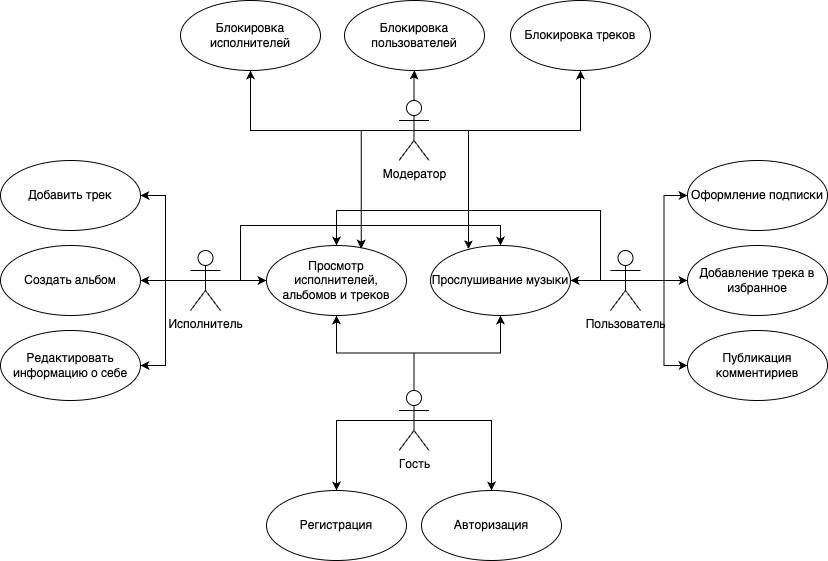
Before: pics/use-cases.png, a diagram exported from draw.io (hanoys/sigma-music). Source tidied: cells renumbered, new cells last; positions are measured from the earlier drawing's top-left corner, leaving out a move shared by most shapes. Its diagram source:
```xml
<mxGraphModel>
  <root>
    <mxCell id="0" />
    <mxCell id="1" parent="0" />
    <mxCell id="2" style="edgeStyle=orthogonalEdgeStyle;rounded=0;jettySize=auto;html=1;exitX=0.5;exitY=0.5;exitDx=0;exitDy=0;exitPerimeter=0;entryX=1;entryY=0.5;entryDx=0;entryDy=0;" parent="1" edge="1" source="7" target="19">
      <mxGeometry relative="1" as="geometry" />
    </mxCell>
    <mxCell id="3" style="edgeStyle=orthogonalEdgeStyle;rounded=0;jettySize=auto;html=1;exitX=0.5;exitY=0.5;exitDx=0;exitDy=0;exitPerimeter=0;entryX=1;entryY=0.5;entryDx=0;entryDy=0;" parent="1" edge="1" source="7" target="20">
      <mxGeometry relative="1" as="geometry" />
    </mxCell>
    <mxCell id="4" style="edgeStyle=orthogonalEdgeStyle;rounded=0;jettySize=auto;html=1;exitX=0.5;exitY=0.5;exitDx=0;exitDy=0;exitPerimeter=0;entryX=1;entryY=0.5;entryDx=0;entryDy=0;" parent="1" edge="1" source="7" target="21">
      <mxGeometry relative="1" as="geometry" />
    </mxCell>
    <mxCell id="5" style="edgeStyle=orthogonalEdgeStyle;rounded=0;jettySize=auto;html=1;exitX=0.5;exitY=0.5;exitDx=0;exitDy=0;exitPerimeter=0;entryX=0;entryY=0.5;entryDx=0;entryDy=0;" parent="1" edge="1" source="7" target="28">
      <mxGeometry relative="1" as="geometry" />
    </mxCell>
    <mxCell id="6" style="edgeStyle=orthogonalEdgeStyle;rounded=0;jettySize=auto;html=1;exitX=0.5;exitY=0.5;exitDx=0;exitDy=0;exitPerimeter=0;entryX=0.5;entryY=0;entryDx=0;entryDy=0;" parent="1" edge="1" source="7" target="27">
      <mxGeometry relative="1" as="geometry">
        <Array as="points">
          <mxPoint x="240" y="280" />
          <mxPoint x="240" y="225" />
          <mxPoint x="500" y="225" />
        </Array>
      </mxGeometry>
    </mxCell>
    <mxCell id="7" value="Исполнитель" style="shape=umlActor;verticalLabelPosition=bottom;verticalAlign=top;html=1;" parent="1" vertex="1">
      <mxGeometry x="190" y="250" width="30" height="60" as="geometry" />
    </mxCell>
    <mxCell id="8" style="edgeStyle=orthogonalEdgeStyle;rounded=0;jettySize=auto;html=1;exitX=0.5;exitY=0.5;exitDx=0;exitDy=0;exitPerimeter=0;entryX=1;entryY=0.5;entryDx=0;entryDy=0;" parent="1" edge="1" source="13" target="27">
      <mxGeometry relative="1" as="geometry" />
    </mxCell>
    <mxCell id="9" style="edgeStyle=orthogonalEdgeStyle;rounded=0;jettySize=auto;html=1;exitX=0.5;exitY=0.5;exitDx=0;exitDy=0;exitPerimeter=0;entryX=0.5;entryY=0;entryDx=0;entryDy=0;" parent="1" edge="1" source="13" target="28">
      <mxGeometry relative="1" as="geometry">
        <Array as="points">
          <mxPoint x="600" y="280" />
          <mxPoint x="600" y="210" />
          <mxPoint x="336" y="210" />
        </Array>
      </mxGeometry>
    </mxCell>
    <mxCell id="10" style="edgeStyle=orthogonalEdgeStyle;rounded=0;jettySize=auto;html=1;exitX=0.5;exitY=0.5;exitDx=0;exitDy=0;exitPerimeter=0;entryX=0;entryY=0.5;entryDx=0;entryDy=0;" parent="1" edge="1" source="13" target="22">
      <mxGeometry relative="1" as="geometry" />
    </mxCell>
    <mxCell id="11" style="edgeStyle=orthogonalEdgeStyle;rounded=0;jettySize=auto;html=1;exitX=0.5;exitY=0.5;exitDx=0;exitDy=0;exitPerimeter=0;entryX=0;entryY=0.5;entryDx=0;entryDy=0;" parent="1" edge="1" source="13" target="23">
      <mxGeometry relative="1" as="geometry" />
    </mxCell>
    <mxCell id="12" style="edgeStyle=orthogonalEdgeStyle;rounded=0;jettySize=auto;html=1;exitX=0.5;exitY=0.5;exitDx=0;exitDy=0;exitPerimeter=0;entryX=0;entryY=0.5;entryDx=0;entryDy=0;" parent="1" edge="1" source="13" target="24">
      <mxGeometry relative="1" as="geometry" />
    </mxCell>
    <mxCell id="13" value="Пользователь" style="shape=umlActor;verticalLabelPosition=bottom;verticalAlign=top;html=1;" parent="1" vertex="1">
      <mxGeometry x="610" y="250" width="30" height="60" as="geometry" />
    </mxCell>
    <mxCell id="14" style="edgeStyle=orthogonalEdgeStyle;rounded=0;jettySize=auto;html=1;" parent="1" edge="1" source="18" target="28">
      <mxGeometry relative="1" as="geometry" />
    </mxCell>
    <mxCell id="15" style="edgeStyle=orthogonalEdgeStyle;rounded=0;jettySize=auto;html=1;exitX=0.5;exitY=0;exitDx=0;exitDy=0;exitPerimeter=0;" parent="1" edge="1" source="18" target="27">
      <mxGeometry relative="1" as="geometry" />
    </mxCell>
    <mxCell id="16" style="edgeStyle=orthogonalEdgeStyle;rounded=0;jettySize=auto;html=1;exitX=0.5;exitY=0.5;exitDx=0;exitDy=0;exitPerimeter=0;entryX=0.5;entryY=0;entryDx=0;entryDy=0;" parent="1" edge="1" source="18" target="25">
      <mxGeometry relative="1" as="geometry">
        <Array as="points">
          <mxPoint x="336" y="420" />
        </Array>
      </mxGeometry>
    </mxCell>
    <mxCell id="17" style="edgeStyle=orthogonalEdgeStyle;rounded=0;jettySize=auto;html=1;exitX=0.5;exitY=0.5;exitDx=0;exitDy=0;exitPerimeter=0;entryX=0.5;entryY=0;entryDx=0;entryDy=0;" parent="1" edge="1" source="18" target="26">
      <mxGeometry relative="1" as="geometry">
        <Array as="points">
          <mxPoint x="491" y="420" />
        </Array>
      </mxGeometry>
    </mxCell>
    <mxCell id="18" value="Гость" style="shape=umlActor;verticalLabelPosition=bottom;verticalAlign=top;html=1;" parent="1" vertex="1">
      <mxGeometry x="398.5" y="390" width="30" height="60" as="geometry" />
    </mxCell>
    <mxCell id="19" value="Добавить трек" style="ellipse;whiteSpace=wrap;html=1;" parent="1" vertex="1">
      <mxGeometry y="160" width="140" height="70" as="geometry" />
    </mxCell>
    <mxCell id="20" value="Создать альбом" style="ellipse;whiteSpace=wrap;html=1;" parent="1" vertex="1">
      <mxGeometry y="245" width="140" height="70" as="geometry" />
    </mxCell>
    <mxCell id="21" value="Редактировать информацию о себе" style="ellipse;whiteSpace=wrap;html=1;" parent="1" vertex="1">
      <mxGeometry y="330" width="140" height="70" as="geometry" />
    </mxCell>
    <mxCell id="22" value="Оформление подписки" style="ellipse;whiteSpace=wrap;html=1;" parent="1" vertex="1">
      <mxGeometry x="687" y="160" width="140" height="70" as="geometry" />
    </mxCell>
    <mxCell id="23" value="Добавление трека в избранное" style="ellipse;whiteSpace=wrap;html=1;" parent="1" vertex="1">
      <mxGeometry x="687" y="245" width="140" height="70" as="geometry" />
    </mxCell>
    <mxCell id="24" value="Публикация комментириев" style="ellipse;whiteSpace=wrap;html=1;" parent="1" vertex="1">
      <mxGeometry x="687" y="330" width="140" height="70" as="geometry" />
    </mxCell>
    <mxCell id="25" value="Регистрация" style="ellipse;whiteSpace=wrap;html=1;" parent="1" vertex="1">
      <mxGeometry x="266" y="490" width="140" height="70" as="geometry" />
    </mxCell>
    <mxCell id="26" value="Авторизация" style="ellipse;whiteSpace=wrap;html=1;" parent="1" vertex="1">
      <mxGeometry x="421" y="490" width="140" height="70" as="geometry" />
    </mxCell>
    <mxCell id="27" value="Прослушивание музыки" style="ellipse;whiteSpace=wrap;html=1;" parent="1" vertex="1">
      <mxGeometry x="430" y="245" width="140" height="70" as="geometry" />
    </mxCell>
    <mxCell id="28" value="Просмотр исполнителей, альбомов и треков" style="ellipse;whiteSpace=wrap;html=1;" parent="1" vertex="1">
      <mxGeometry x="266" y="245" width="140" height="70" as="geometry" />
    </mxCell>
    <mxCell id="29" style="edgeStyle=orthogonalEdgeStyle;rounded=0;jettySize=auto;html=1;exitX=0.5;exitY=0.5;exitDx=0;exitDy=0;exitPerimeter=0;" parent="1" edge="1" source="32" target="35">
      <mxGeometry relative="1" as="geometry" />
    </mxCell>
    <mxCell id="30" style="edgeStyle=orthogonalEdgeStyle;rounded=0;jettySize=auto;html=1;exitX=0.5;exitY=0.5;exitDx=0;exitDy=0;exitPerimeter=0;entryX=0.5;entryY=1;entryDx=0;entryDy=0;" parent="1" edge="1" source="32" target="33">
      <mxGeometry relative="1" as="geometry" />
    </mxCell>
    <mxCell id="31" style="edgeStyle=orthogonalEdgeStyle;rounded=0;jettySize=auto;html=1;exitX=0.5;exitY=0.5;exitDx=0;exitDy=0;exitPerimeter=0;entryX=0.5;entryY=1;entryDx=0;entryDy=0;" parent="1" edge="1" source="32" target="34">
      <mxGeometry relative="1" as="geometry" />
    </mxCell>
    <mxCell id="32" value="Модератор" style="shape=umlActor;verticalLabelPosition=bottom;verticalAlign=top;html=1;" parent="1" vertex="1">
      <mxGeometry x="398.5" y="100" width="30" height="60" as="geometry" />
    </mxCell>
    <mxCell id="33" value="Блокировка исполнителей" style="ellipse;whiteSpace=wrap;html=1;" parent="1" vertex="1">
      <mxGeometry x="180" width="140" height="70" as="geometry" />
    </mxCell>
    <mxCell id="34" value="Блокировка треков" style="ellipse;whiteSpace=wrap;html=1;" parent="1" vertex="1">
      <mxGeometry x="510" width="140" height="70" as="geometry" />
    </mxCell>
    <mxCell id="35" value="Блокировка пользователей" style="ellipse;whiteSpace=wrap;html=1;" parent="1" vertex="1">
      <mxGeometry x="344" width="140" height="70" as="geometry" />
    </mxCell>
    <mxCell id="36" style="edgeStyle=orthogonalEdgeStyle;rounded=0;jettySize=auto;html=1;exitX=0.5;exitY=0.5;exitDx=0;exitDy=0;exitPerimeter=0;entryX=0.677;entryY=0.046;entryDx=0;entryDy=0;entryPerimeter=0;" parent="1" edge="1" source="32" target="28">
      <mxGeometry relative="1" as="geometry">
        <Array as="points">
          <mxPoint x="361" y="130" />
        </Array>
      </mxGeometry>
    </mxCell>
    <mxCell id="37" style="edgeStyle=orthogonalEdgeStyle;rounded=0;jettySize=auto;html=1;exitX=0.5;exitY=0.5;exitDx=0;exitDy=0;exitPerimeter=0;entryX=0.272;entryY=0.053;entryDx=0;entryDy=0;entryPerimeter=0;" parent="1" edge="1" source="32" target="27">
      <mxGeometry relative="1" as="geometry" />
    </mxCell>
  </root>
</mxGraphModel>
```
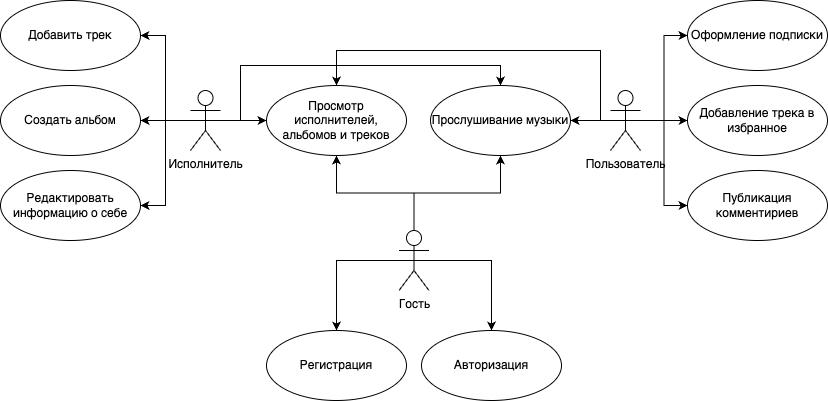
After the commit.

The edit, as a diff of the source:
```diff
@@ -103,36 +103,5 @@
     <mxCell id="28" value="Просмотр исполнителей, альбомов и треков" style="ellipse;whiteSpace=wrap;html=1;" parent="1" vertex="1">
       <mxGeometry x="266" y="245" width="140" height="70" as="geometry" />
     </mxCell>
-    <mxCell id="29" style="edgeStyle=orthogonalEdgeStyle;rounded=0;jettySize=auto;html=1;exitX=0.5;exitY=0.5;exitDx=0;exitDy=0;exitPerimeter=0;" parent="1" edge="1" source="32" target="35">
-      <mxGeometry relative="1" as="geometry" />
-    </mxCell>
-    <mxCell id="30" style="edgeStyle=orthogonalEdgeStyle;rounded=0;jettySize=auto;html=1;exitX=0.5;exitY=0.5;exitDx=0;exitDy=0;exitPerimeter=0;entryX=0.5;entryY=1;entryDx=0;entryDy=0;" parent="1" edge="1" source="32" target="33">
-      <mxGeometry relative="1" as="geometry" />
-    </mxCell>
-    <mxCell id="31" style="edgeStyle=orthogonalEdgeStyle;rounded=0;jettySize=auto;html=1;exitX=0.5;exitY=0.5;exitDx=0;exitDy=0;exitPerimeter=0;entryX=0.5;entryY=1;entryDx=0;entryDy=0;" parent="1" edge="1" source="32" target="34">
-      <mxGeometry relative="1" as="geometry" />
-    </mxCell>
-    <mxCell id="32" value="Модератор" style="shape=umlActor;verticalLabelPosition=bottom;verticalAlign=top;html=1;" parent="1" vertex="1">
-      <mxGeometry x="398.5" y="100" width="30" height="60" as="geometry" />
-    </mxCell>
-    <mxCell id="33" value="Блокировка исполнителей" style="ellipse;whiteSpace=wrap;html=1;" parent="1" vertex="1">
-      <mxGeometry x="180" width="140" height="70" as="geometry" />
-    </mxCell>
-    <mxCell id="34" value="Блокировка треков" style="ellipse;whiteSpace=wrap;html=1;" parent="1" vertex="1">
-      <mxGeometry x="510" width="140" height="70" as="geometry" />
-    </mxCell>
-    <mxCell id="35" value="Блокировка пользователей" style="ellipse;whiteSpace=wrap;html=1;" parent="1" vertex="1">
-      <mxGeometry x="344" width="140" height="70" as="geometry" />
-    </mxCell>
-    <mxCell id="36" style="edgeStyle=orthogonalEdgeStyle;rounded=0;jettySize=auto;html=1;exitX=0.5;exitY=0.5;exitDx=0;exitDy=0;exitPerimeter=0;entryX=0.677;entryY=0.046;entryDx=0;entryDy=0;entryPerimeter=0;" parent="1" edge="1" source="32" target="28">
-      <mxGeometry relative="1" as="geometry">
-        <Array as="points">
-          <mxPoint x="361" y="130" />
-        </Array>
-      </mxGeometry>
-    </mxCell>
-    <mxCell id="37" style="edgeStyle=orthogonalEdgeStyle;rounded=0;jettySize=auto;html=1;exitX=0.5;exitY=0.5;exitDx=0;exitDy=0;exitPerimeter=0;entryX=0.272;entryY=0.053;entryDx=0;entryDy=0;entryPerimeter=0;" parent="1" edge="1" source="32" target="27">
-      <mxGeometry relative="1" as="geometry" />
-    </mxCell>
   </root>
 </mxGraphModel>
```
